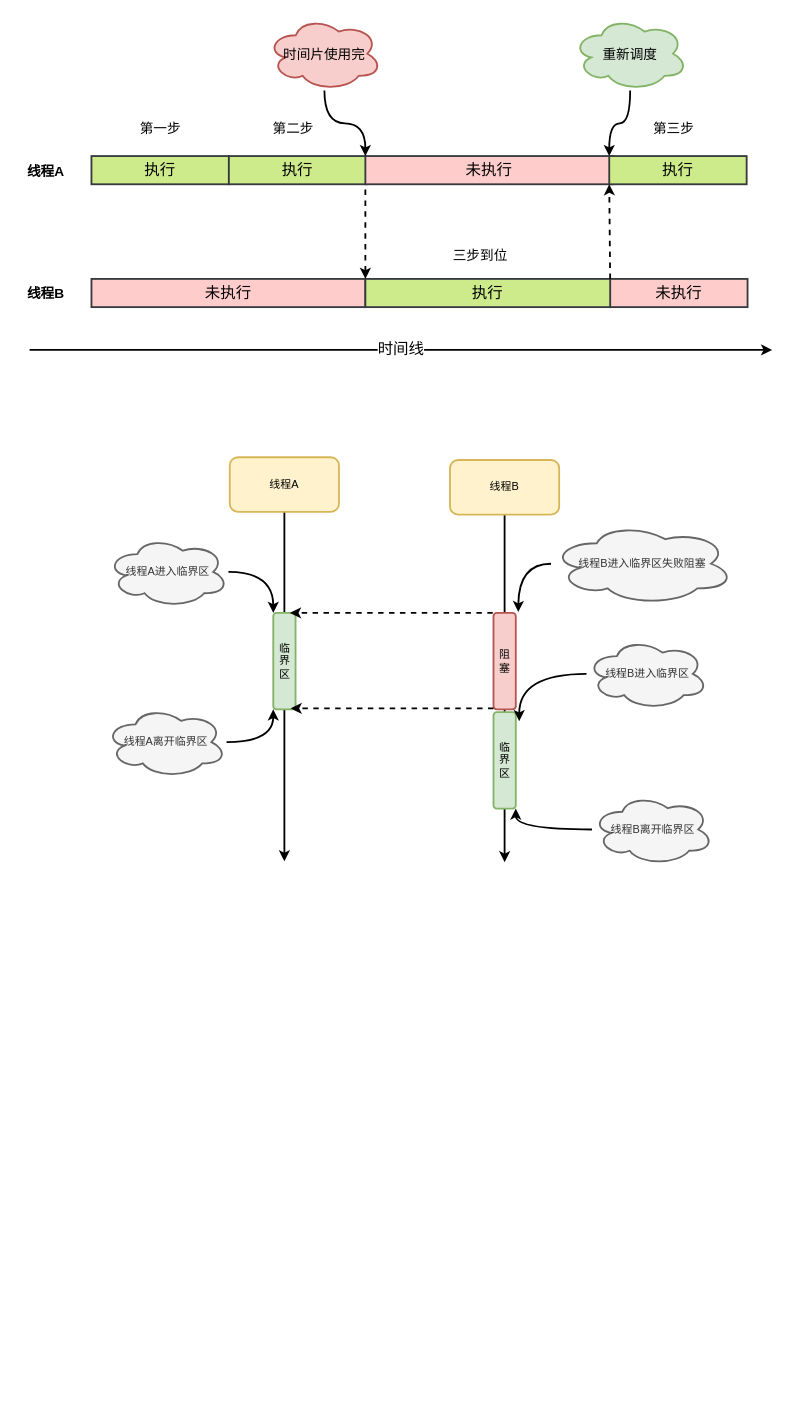
The draw.io diagram page "Page-2" (2 of 3) of osThread.drawio in 18702524676/drawing, before the edit. Source tidied: cells renumbered, new cells numbered last; positions are measured from the earlier drawing's top-left corner, leaving out a move shared by most shapes. Both pictures are drawn from the tidied source at 91%, with x=0, y=0 at pixel (15, 16).
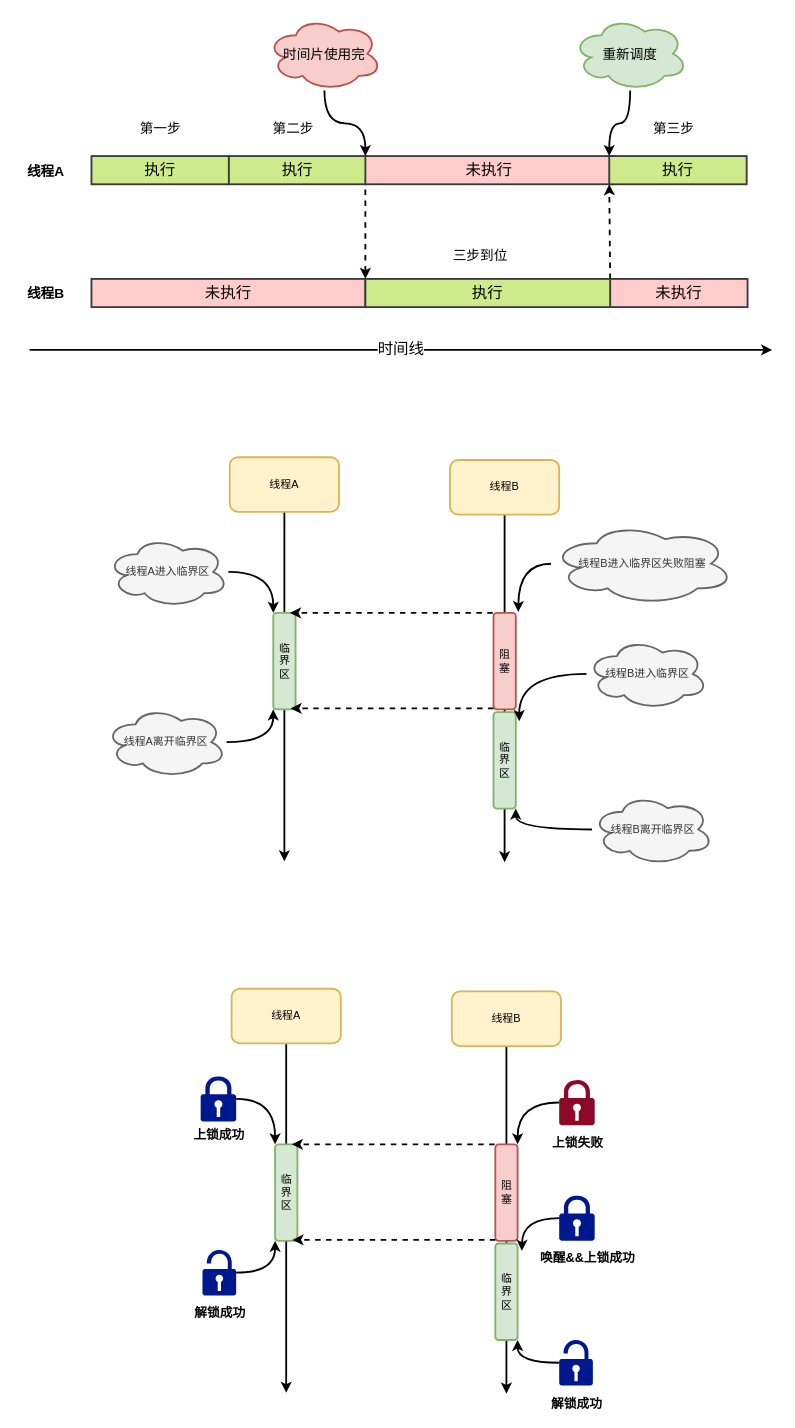
The same diagram, later.

What changed in the source:
```diff
@@
+    <mxCell id="41" style="edgeStyle=orthogonalEdgeStyle;rounded=0;jettySize=auto;html=1;strokeWidth=2;" parent="1" edge="1" source="42">
+      <mxGeometry relative="1" as="geometry">
+        <mxPoint x="297" y="1512" as="targetPoint" />
+      </mxGeometry>
+    </mxCell>
+    <mxCell id="42" value="线程A" style="rounded=1;whiteSpace=wrap;html=1;strokeWidth=2;fillColor=#fff2cc;strokeColor=#d6b656;" parent="1" vertex="1">
+      <mxGeometry x="237" y="1068" width="120" height="60" as="geometry" />
+    </mxCell>
+    <mxCell id="43" style="edgeStyle=orthogonalEdgeStyle;rounded=0;jettySize=auto;html=1;strokeWidth=2;" parent="1" edge="1" source="44">
+      <mxGeometry relative="1" as="geometry">
+        <mxPoint x="539" y="1513" as="targetPoint" />
+      </mxGeometry>
+    </mxCell>
+    <mxCell id="44" value="线程B" style="rounded=1;whiteSpace=wrap;html=1;strokeWidth=2;fillColor=#fff2cc;strokeColor=#d6b656;" parent="1" vertex="1">
+      <mxGeometry x="479" y="1071" width="120" height="60" as="geometry" />
+    </mxCell>
+    <mxCell id="45" value="临界区" style="rounded=1;whiteSpace=wrap;html=1;strokeWidth=2;shadow=0;sketch=0;glass=0;fillColor=#d5e8d4;strokeColor=#82b366;" parent="1" vertex="1">
+      <mxGeometry x="284.8" y="1239" width="24.5" height="106" as="geometry" />
+    </mxCell>
+    <mxCell id="46" value="阻塞" style="rounded=1;whiteSpace=wrap;html=1;strokeWidth=2;shadow=0;sketch=0;glass=0;fillColor=#f8cecc;strokeColor=#b85450;" parent="1" vertex="1">
+      <mxGeometry x="526.8" y="1239" width="24.5" height="106" as="geometry" />
+    </mxCell>
+    <mxCell id="47" value="临界区" style="rounded=1;whiteSpace=wrap;html=1;strokeWidth=2;shadow=0;sketch=0;glass=0;fillColor=#d5e8d4;strokeColor=#82b366;" parent="1" vertex="1">
+      <mxGeometry x="526.8" y="1348" width="24.5" height="106" as="geometry" />
+    </mxCell>
+    <mxCell id="48" style="endArrow=classic;html=1;strokeWidth=2;entryX=0.75;entryY=0;entryDx=0;entryDy=0;dashed=1;" parent="1" edge="1" target="45">
+      <mxGeometry relative="1" as="geometry">
+        <mxPoint x="526" y="1239" as="sourcePoint" />
+      </mxGeometry>
+    </mxCell>
+    <mxCell id="49" style="endArrow=classic;html=1;strokeWidth=2;entryX=0.75;entryY=0;entryDx=0;entryDy=0;dashed=1;" parent="1" edge="1">
+      <mxGeometry relative="1" as="geometry">
+        <mxPoint x="526.8" y="1344" as="sourcePoint" />
+        <mxPoint x="303.9" y="1344" as="targetPoint" />
+      </mxGeometry>
+    </mxCell>
+    <mxCell id="50" style="edgeStyle=orthogonalEdgeStyle;rounded=0;jettySize=auto;html=1;entryX=0;entryY=0;entryDx=0;entryDy=0;strokeWidth=2;curved=1;" parent="1" edge="1" source="51" target="45">
+      <mxGeometry relative="1" as="geometry" />
+    </mxCell>
+    <mxCell id="51" style="shadow=0;dashed=0;html=1;strokeColor=none;labelPosition=center;verticalLabelPosition=bottom;verticalAlign=top;align=center;fillColor=#00188D;shape=mxgraph.mscae.enterprise.lock;" parent="1" vertex="1">
+      <mxGeometry x="203" y="1164" width="39" height="50" as="geometry" />
+    </mxCell>
+    <mxCell id="52" style="edgeStyle=orthogonalEdgeStyle;curved=1;rounded=0;jettySize=auto;html=1;entryX=0;entryY=1;entryDx=0;entryDy=0;strokeWidth=2;" parent="1" edge="1" source="53" target="45">
+      <mxGeometry relative="1" as="geometry" />
+    </mxCell>
+    <mxCell id="53" style="shadow=0;dashed=0;html=1;strokeColor=none;labelPosition=center;verticalLabelPosition=bottom;verticalAlign=top;align=center;fillColor=#00188D;shape=mxgraph.mscae.enterprise.lock_unlocked;" parent="1" vertex="1">
+      <mxGeometry x="205" y="1355" width="37" height="50" as="geometry" />
+    </mxCell>
+    <mxCell id="54" value="上锁成功" style="text;html=1;align=center;verticalAlign=middle;fontStyle=1;fontSize=14;" parent="1" vertex="1">
+      <mxGeometry x="189.5" y="1218" width="66" height="21" as="geometry" />
+    </mxCell>
+    <mxCell id="55" value="解锁成功" style="text;html=1;align=center;verticalAlign=middle;fontStyle=1;fontSize=14;" parent="1" vertex="1">
+      <mxGeometry x="190.5" y="1413" width="66" height="21" as="geometry" />
+    </mxCell>
+    <mxCell id="56" style="edgeStyle=orthogonalEdgeStyle;curved=1;rounded=0;jettySize=auto;html=1;entryX=1;entryY=0;entryDx=0;entryDy=0;strokeWidth=2;fontSize=14;" parent="1" edge="1" source="57" target="46">
+      <mxGeometry relative="1" as="geometry" />
+    </mxCell>
+    <mxCell id="57" style="shadow=0;dashed=0;html=1;strokeColor=none;labelPosition=center;verticalLabelPosition=bottom;verticalAlign=top;align=center;shape=mxgraph.mscae.enterprise.lock;labelBackgroundColor=none;labelBorderColor=none;fillColor=#8D0827;" parent="1" vertex="1">
+      <mxGeometry x="597" y="1168" width="39" height="50" as="geometry" />
+    </mxCell>
+    <mxCell id="58" value="上锁失败" style="text;html=1;align=center;verticalAlign=middle;fontStyle=1;fontSize=14;" parent="1" vertex="1">
+      <mxGeometry x="583.5" y="1226" width="66" height="21" as="geometry" />
+    </mxCell>
+    <mxCell id="59" style="edgeStyle=orthogonalEdgeStyle;curved=1;rounded=0;jettySize=auto;html=1;strokeWidth=2;fontSize=14;" parent="1" edge="1" source="60">
+      <mxGeometry relative="1" as="geometry">
+        <mxPoint x="556" y="1356" as="targetPoint" />
+      </mxGeometry>
+    </mxCell>
+    <mxCell id="60" style="shadow=0;dashed=0;html=1;strokeColor=none;labelPosition=center;verticalLabelPosition=bottom;verticalAlign=top;align=center;fillColor=#00188D;shape=mxgraph.mscae.enterprise.lock;" parent="1" vertex="1">
+      <mxGeometry x="597" y="1295" width="39" height="50" as="geometry" />
+    </mxCell>
+    <mxCell id="61" value="唤醒&amp;amp;&amp;amp;上锁成功" style="text;html=1;align=center;verticalAlign=middle;fontStyle=1;fontSize=14;" parent="1" vertex="1">
+      <mxGeometry x="571" y="1353" width="114" height="21" as="geometry" />
+    </mxCell>
+    <mxCell id="62" style="edgeStyle=orthogonalEdgeStyle;curved=1;rounded=0;jettySize=auto;html=1;entryX=1;entryY=1;entryDx=0;entryDy=0;strokeWidth=2;fontSize=14;" parent="1" edge="1" source="63" target="47">
+      <mxGeometry relative="1" as="geometry" />
+    </mxCell>
+    <mxCell id="63" style="shadow=0;dashed=0;html=1;strokeColor=none;labelPosition=center;verticalLabelPosition=bottom;verticalAlign=top;align=center;fillColor=#00188D;shape=mxgraph.mscae.enterprise.lock_unlocked;" parent="1" vertex="1">
+      <mxGeometry x="597" y="1454" width="37" height="50" as="geometry" />
+    </mxCell>
+    <mxCell id="64" value="解锁成功" style="text;html=1;align=center;verticalAlign=middle;fontStyle=1;fontSize=14;" parent="1" vertex="1">
+      <mxGeometry x="582.5" y="1513" width="66" height="21" as="geometry" />
+    </mxCell>
```
